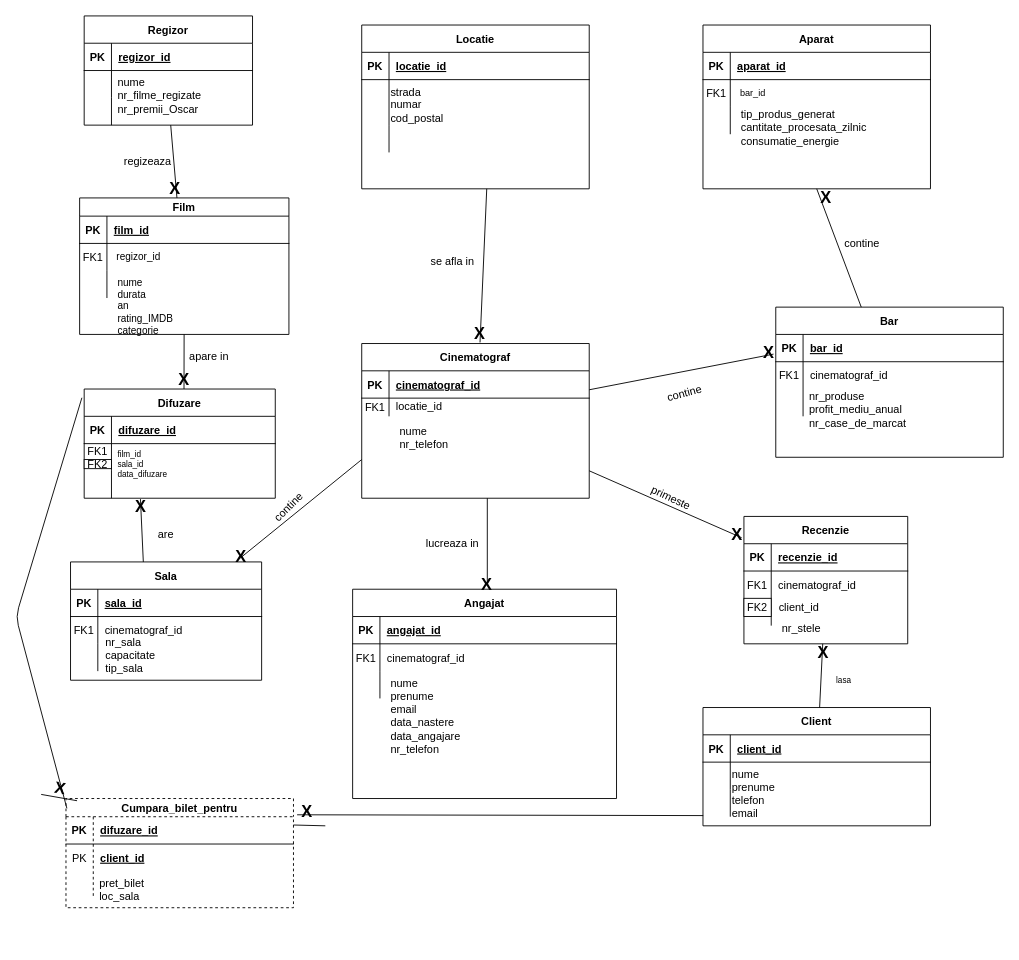
Before: page "Page-2" (1 of 3) of Databases/Project/BucharestCinemas.drawio in Swizop/uni-work, a draw.io diagram. Source tidied: cells renumbered, new cells numbered last; positions are measured from the earlier drawing's top-left corner, leaving out a move shared by most shapes. Both pictures are drawn from the tidied source at 91%, with x=0, y=0 at pixel (15, 15).
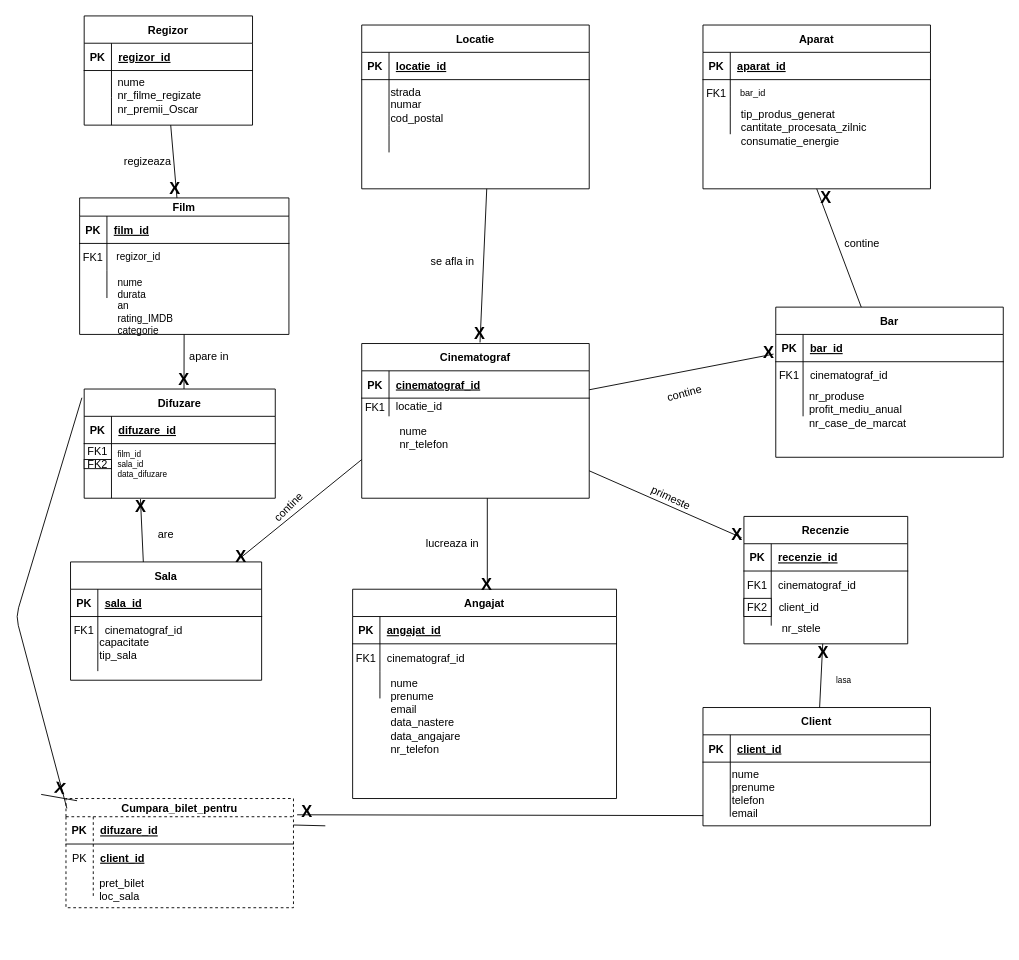
Above is the later version.

The edit, as a diff of the source:
```diff
@@
-    <mxCell id="110" value="&amp;nbsp; nr_sala&lt;br&gt;&amp;nbsp; capacitate&lt;br&gt;&amp;nbsp; tip_sala" style="text;html=1;strokeColor=none;fillColor=none;align=left;verticalAlign=top;whiteSpace=wrap;rounded=0;" parent="1" vertex="1">
+    <mxCell id="110" value="capacitate&lt;br&gt;tip_sala" style="text;html=1;strokeColor=none;fillColor=none;align=left;verticalAlign=top;whiteSpace=wrap;rounded=0;" parent="1" vertex="1">
       <mxGeometry x="90" y="675" width="180" height="55" as="geometry" />
     </mxCell>
```
